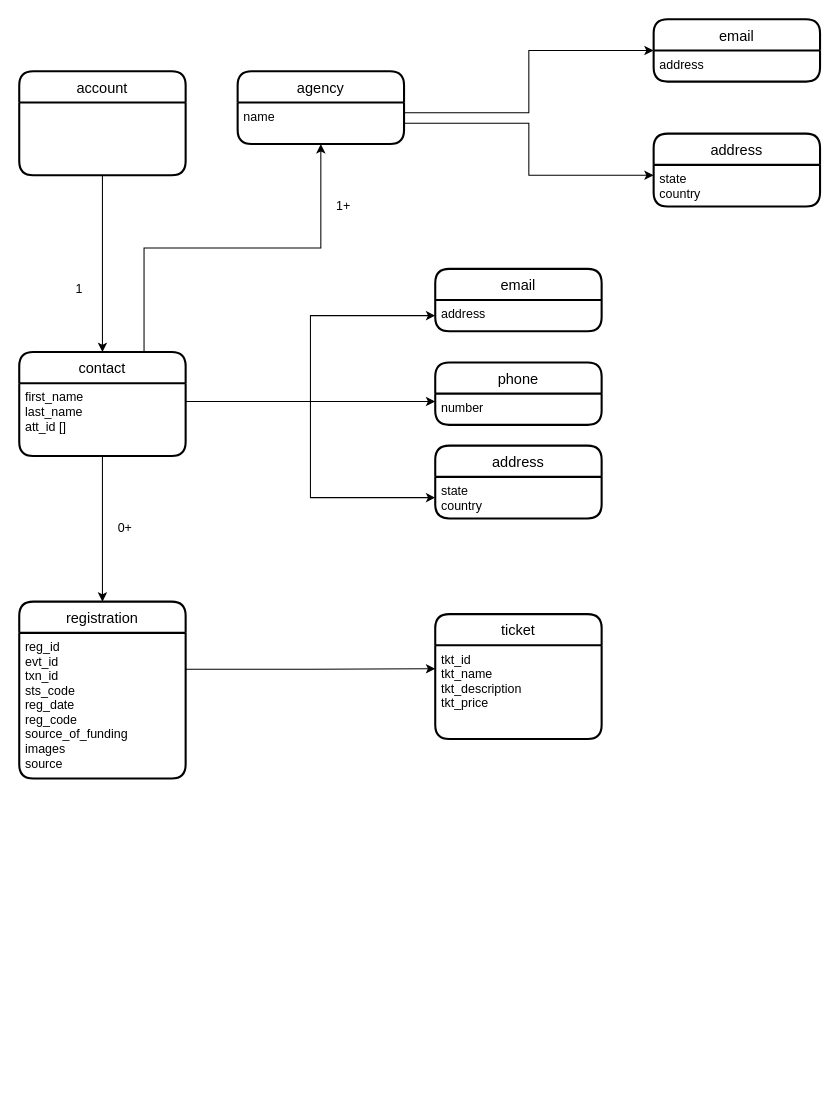
razaman2/diagram keeps this draw.io diagram as street-cops-data.drawio. Above is the earlier version. Source tidied: cells renumbered, new cells numbered last; positions are measured from the earlier drawing's top-left corner, leaving out a move shared by most shapes. Both pictures are drawn from the tidied source at 104%, with x=0, y=0 at pixel (19, 19).
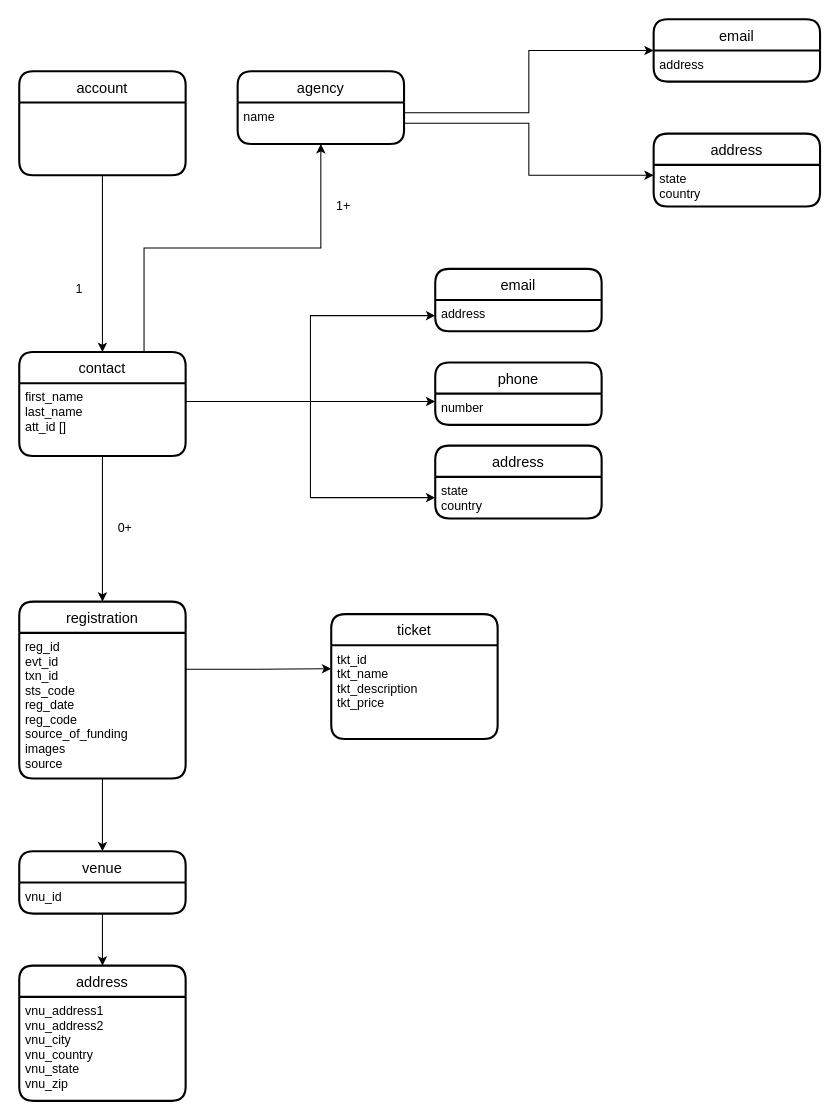
Above is the later version.

Commit message:
created workflow for registrations

The change refers to these unchanged cells:
```xml
<mxCell id="22" value="reg_id&#10;evt_id&#10;txn_id&#10;sts_code&#10;reg_date&#10;reg_code&#10;source_of_funding&#10;images&#10;source&#10;" style="align=left;strokeColor=none;fillColor=none;spacingLeft=4;fontSize=12;verticalAlign=top;" parent="21" vertex="1">
  <mxGeometry y="30" width="160" height="140" as="geometry" />
</mxCell>
```

The edit, as a diff of the source:
```diff
@@
     <mxCell id="24" value="ticket" style="swimlane;horizontal=1;startSize=30;rounded=1;fontSize=14;fontStyle=0;strokeWidth=2;shadow=0;dashed=0;align=center;" parent="1" vertex="1">
-      <mxGeometry x="400" y="572" width="160" height="120" as="geometry" />
+      <mxGeometry x="300" y="572" width="160" height="120" as="geometry" />
     </mxCell>
@@
+    <mxCell id="33" value="venue" style="swimlane;horizontal=1;startSize=30;rounded=1;fontSize=14;fontStyle=0;strokeWidth=2;shadow=0;dashed=0;align=center;" parent="1" vertex="1">
+      <mxGeometry y="800" width="160" height="60" as="geometry" />
+    </mxCell>
+    <mxCell id="34" value="vnu_id" style="align=left;strokeColor=none;fillColor=none;spacingLeft=4;fontSize=12;verticalAlign=top;" parent="33" vertex="1">
+      <mxGeometry y="30" width="160" height="30" as="geometry" />
+    </mxCell>
+    <mxCell id="35" value="address" style="swimlane;horizontal=1;startSize=30;rounded=1;fontSize=14;fontStyle=0;strokeWidth=2;shadow=0;dashed=0;align=center;" parent="1" vertex="1">
+      <mxGeometry y="910" width="160" height="130" as="geometry" />
+    </mxCell>
+    <mxCell id="36" value="vnu_address1&#10;vnu_address2&#10;vnu_city&#10;vnu_country&#10;vnu_state&#10;vnu_zip" style="align=left;strokeColor=none;fillColor=none;spacingLeft=4;fontSize=12;verticalAlign=top;" parent="35" vertex="1">
+      <mxGeometry y="30" width="160" height="100" as="geometry" />
+    </mxCell>
+    <mxCell id="37" style="edgeStyle=orthogonalEdgeStyle;rounded=0;jettySize=auto;html=1;exitX=0.5;exitY=1;exitDx=0;exitDy=0;entryX=0.5;entryY=0;entryDx=0;entryDy=0;" parent="1" edge="1" source="34" target="35">
+      <mxGeometry relative="1" as="geometry" />
+    </mxCell>
+    <mxCell id="38" style="edgeStyle=orthogonalEdgeStyle;rounded=0;jettySize=auto;html=1;exitX=0.5;exitY=1;exitDx=0;exitDy=0;entryX=0.5;entryY=0;entryDx=0;entryDy=0;" parent="1" edge="1" source="22" target="33">
+      <mxGeometry relative="1" as="geometry" />
+    </mxCell>
```
